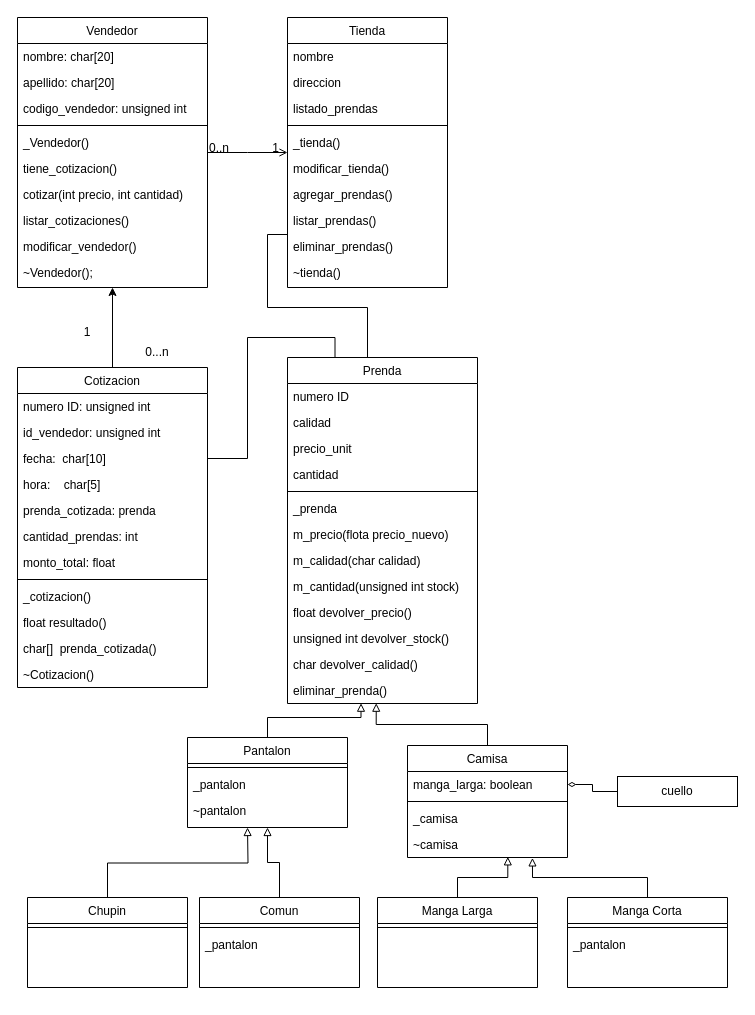
The draw.io diagram Diagrama_Clases.drawio in Santira243/PracticaQuark, before the edit. Source tidied: cells renumbered, new cells numbered last; positions are measured from the earlier drawing's top-left corner, leaving out a move shared by most shapes. Both pictures are drawn from the tidied source at 100%, with x=0, y=0 at pixel (17, 17).
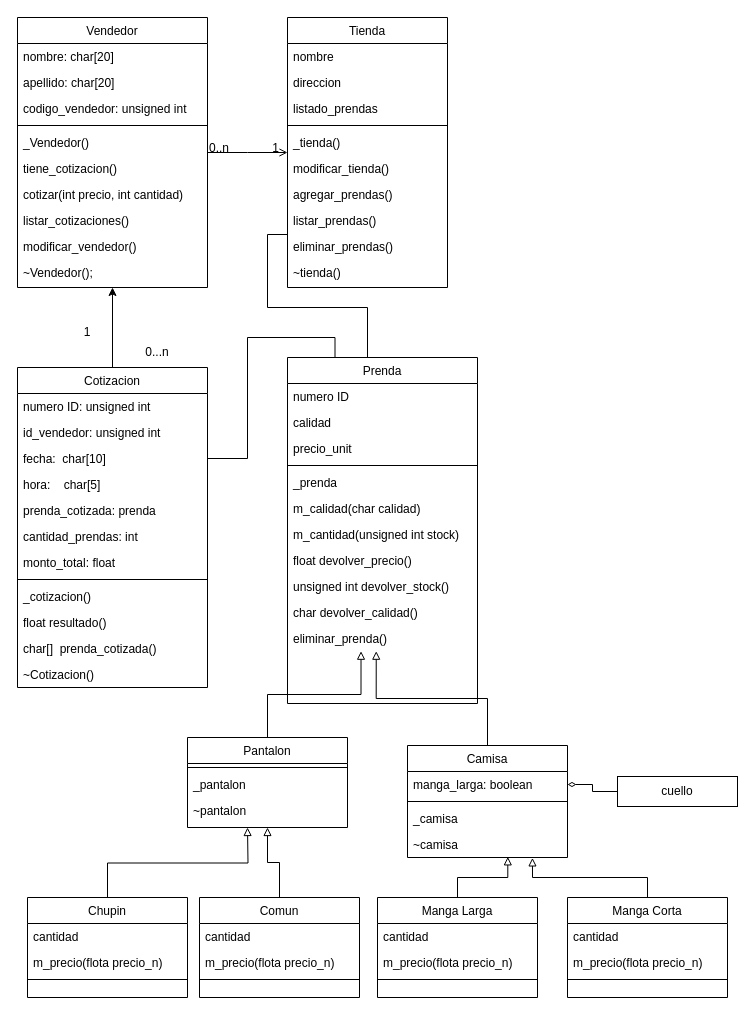
The same page after the edit.

The change refers to these unchanged cells:
```xml
<mxCell id="42" value="Prenda" style="swimlane;fontStyle=0;align=center;verticalAlign=top;horizontal=1;startSize=26;rounded=0;shadow=0;strokeWidth=1;" parent="1" vertex="1">
  <mxGeometry x="270" y="340" width="190" height="346" as="geometry" />
</mxCell>
```

Diff of the diagram source:
```diff
@@
-    <mxCell id="46" value="cantidad" style="text;align=left;verticalAlign=top;spacingLeft=4;spacingRight=4;overflow=hidden;rounded=0;shadow=0;html=0;" parent="42" vertex="1">
-      <mxGeometry y="104" width="190" height="26" as="geometry" />
-    </mxCell>
     <mxCell id="47" style="line;html=1;strokeWidth=1;align=left;verticalAlign=middle;spacingTop=-1;spacingLeft=3;spacingRight=3;labelPosition=right;" parent="42" vertex="1">
-      <mxGeometry y="130" width="190" height="8" as="geometry" />
+      <mxGeometry y="104" width="190" height="8" as="geometry" />
     </mxCell>
     <mxCell id="48" value="_prenda" style="text;align=left;verticalAlign=top;spacingLeft=4;spacingRight=4;overflow=hidden;rounded=0;shadow=0;html=0;" parent="42" vertex="1">
-      <mxGeometry y="138" width="190" height="26" as="geometry" />
+      <mxGeometry y="112" width="190" height="26" as="geometry" />
     </mxCell>
-    <mxCell id="49" value="m_precio(flota precio_nuevo)" style="text;align=left;verticalAlign=top;spacingLeft=4;spacingRight=4;overflow=hidden;rounded=0;shadow=0;html=0;" parent="42" vertex="1">
-      <mxGeometry y="164" width="190" height="26" as="geometry" />
-    </mxCell>
     <mxCell id="50" value="m_calidad(char calidad)" style="text;align=left;verticalAlign=top;spacingLeft=4;spacingRight=4;overflow=hidden;rounded=0;shadow=0;html=0;" parent="42" vertex="1">
-      <mxGeometry y="190" width="190" height="26" as="geometry" />
+      <mxGeometry y="138" width="190" height="26" as="geometry" />
     </mxCell>
     <mxCell id="51" value="m_cantidad(unsigned int stock)" style="text;align=left;verticalAlign=top;spacingLeft=4;spacingRight=4;overflow=hidden;rounded=0;shadow=0;html=0;" parent="42" vertex="1">
-      <mxGeometry y="216" width="190" height="26" as="geometry" />
+      <mxGeometry y="164" width="190" height="26" as="geometry" />
     </mxCell>
     <mxCell id="52" value="float devolver_precio()" style="text;align=left;verticalAlign=top;spacingLeft=4;spacingRight=4;overflow=hidden;rounded=0;shadow=0;html=0;" parent="42" vertex="1">
-      <mxGeometry y="242" width="190" height="26" as="geometry" />
+      <mxGeometry y="190" width="190" height="26" as="geometry" />
     </mxCell>
     <mxCell id="53" value="unsigned int devolver_stock()" style="text;align=left;verticalAlign=top;spacingLeft=4;spacingRight=4;overflow=hidden;rounded=0;shadow=0;html=0;" parent="42" vertex="1">
-      <mxGeometry y="268" width="190" height="26" as="geometry" />
+      <mxGeometry y="216" width="190" height="26" as="geometry" />
     </mxCell>
     <mxCell id="54" value="char devolver_calidad()" style="text;align=left;verticalAlign=top;spacingLeft=4;spacingRight=4;overflow=hidden;rounded=0;shadow=0;html=0;" parent="42" vertex="1">
-      <mxGeometry y="294" width="190" height="26" as="geometry" />
+      <mxGeometry y="242" width="190" height="26" as="geometry" />
     </mxCell>
     <mxCell id="55" value="eliminar_prenda()&#10;" style="text;align=left;verticalAlign=top;spacingLeft=4;spacingRight=4;overflow=hidden;points=[[0,0.5],[1,0.5]];portConstraint=eastwest;rounded=0;shadow=0;html=0;" parent="42" vertex="1">
-      <mxGeometry y="320" width="190" height="26" as="geometry" />
+      <mxGeometry y="268" width="190" height="26" as="geometry" />
     </mxCell>
@@
     <mxCell id="73" value="Chupin" style="swimlane;fontStyle=0;align=center;verticalAlign=top;horizontal=1;startSize=26;rounded=0;shadow=0;strokeWidth=1;" parent="1" vertex="1">
-      <mxGeometry x="10" y="880" width="160" height="90" as="geometry" />
+      <mxGeometry x="10" y="880" width="160" height="100" as="geometry" />
     </mxCell>
+    <mxCell id="86" value="cantidad" style="text;align=left;verticalAlign=top;spacingLeft=4;spacingRight=4;overflow=hidden;rounded=0;shadow=0;html=0;" parent="73" vertex="1">
+      <mxGeometry y="26" width="160" height="26" as="geometry" />
+    </mxCell>
+    <mxCell id="87" value="m_precio(flota precio_n)" style="text;align=left;verticalAlign=top;spacingLeft=4;spacingRight=4;overflow=hidden;rounded=0;shadow=0;html=0;" parent="73" vertex="1">
+      <mxGeometry y="52" width="160" height="26" as="geometry" />
+    </mxCell>
     <mxCell id="74" style="line;html=1;strokeWidth=1;align=left;verticalAlign=middle;spacingTop=-1;spacingLeft=3;spacingRight=3;labelPosition=right;" parent="73" vertex="1">
-      <mxGeometry y="26" width="160" height="8" as="geometry" />
+      <mxGeometry y="78" width="160" height="8" as="geometry" />
     </mxCell>
@@
     <mxCell id="76" value="Comun" style="swimlane;fontStyle=0;align=center;verticalAlign=top;horizontal=1;startSize=26;rounded=0;shadow=0;strokeWidth=1;" parent="1" vertex="1">
-      <mxGeometry x="182" y="880" width="160" height="90" as="geometry" />
+      <mxGeometry x="182" y="880" width="160" height="100" as="geometry" />
     </mxCell>
+    <mxCell id="88" value="cantidad" style="text;align=left;verticalAlign=top;spacingLeft=4;spacingRight=4;overflow=hidden;rounded=0;shadow=0;html=0;" parent="76" vertex="1">
+      <mxGeometry y="26" width="160" height="26" as="geometry" />
+    </mxCell>
+    <mxCell id="89" value="m_precio(flota precio_n)" style="text;align=left;verticalAlign=top;spacingLeft=4;spacingRight=4;overflow=hidden;rounded=0;shadow=0;html=0;" parent="76" vertex="1">
+      <mxGeometry y="52" width="160" height="26" as="geometry" />
+    </mxCell>
     <mxCell id="77" style="line;html=1;strokeWidth=1;align=left;verticalAlign=middle;spacingTop=-1;spacingLeft=3;spacingRight=3;labelPosition=right;" parent="76" vertex="1">
-      <mxGeometry y="26" width="160" height="8" as="geometry" />
+      <mxGeometry y="78" width="160" height="8" as="geometry" />
     </mxCell>
-    <mxCell id="78" value="_pantalon" style="text;align=left;verticalAlign=top;spacingLeft=4;spacingRight=4;overflow=hidden;rounded=0;shadow=0;html=0;" parent="76" vertex="1">
-      <mxGeometry y="34" width="160" height="26" as="geometry" />
-    </mxCell>
@@
     <mxCell id="80" value="Manga Larga" style="swimlane;fontStyle=0;align=center;verticalAlign=top;horizontal=1;startSize=26;rounded=0;shadow=0;strokeWidth=1;" parent="1" vertex="1">
-      <mxGeometry x="360" y="880" width="160" height="90" as="geometry" />
+      <mxGeometry x="360" y="880" width="160" height="100" as="geometry" />
     </mxCell>
+    <mxCell id="90" value="cantidad" style="text;align=left;verticalAlign=top;spacingLeft=4;spacingRight=4;overflow=hidden;rounded=0;shadow=0;html=0;" parent="80" vertex="1">
+      <mxGeometry y="26" width="160" height="26" as="geometry" />
+    </mxCell>
+    <mxCell id="91" value="m_precio(flota precio_n)" style="text;align=left;verticalAlign=top;spacingLeft=4;spacingRight=4;overflow=hidden;rounded=0;shadow=0;html=0;" parent="80" vertex="1">
+      <mxGeometry y="52" width="160" height="26" as="geometry" />
+    </mxCell>
     <mxCell id="81" style="line;html=1;strokeWidth=1;align=left;verticalAlign=middle;spacingTop=-1;spacingLeft=3;spacingRight=3;labelPosition=right;" parent="80" vertex="1">
-      <mxGeometry y="26" width="160" height="8" as="geometry" />
+      <mxGeometry y="78" width="160" height="8" as="geometry" />
     </mxCell>
@@
     <mxCell id="83" value="Manga Corta" style="swimlane;fontStyle=0;align=center;verticalAlign=top;horizontal=1;startSize=26;rounded=0;shadow=0;strokeWidth=1;" parent="1" vertex="1">
-      <mxGeometry x="550" y="880" width="160" height="90" as="geometry" />
+      <mxGeometry x="550" y="880" width="160" height="100" as="geometry" />
     </mxCell>
+    <mxCell id="92" value="cantidad" style="text;align=left;verticalAlign=top;spacingLeft=4;spacingRight=4;overflow=hidden;rounded=0;shadow=0;html=0;" parent="83" vertex="1">
+      <mxGeometry y="26" width="160" height="26" as="geometry" />
+    </mxCell>
+    <mxCell id="93" value="m_precio(flota precio_n)" style="text;align=left;verticalAlign=top;spacingLeft=4;spacingRight=4;overflow=hidden;rounded=0;shadow=0;html=0;" parent="83" vertex="1">
+      <mxGeometry y="52" width="160" height="26" as="geometry" />
+    </mxCell>
     <mxCell id="84" style="line;html=1;strokeWidth=1;align=left;verticalAlign=middle;spacingTop=-1;spacingLeft=3;spacingRight=3;labelPosition=right;" parent="83" vertex="1">
-      <mxGeometry y="26" width="160" height="8" as="geometry" />
+      <mxGeometry y="78" width="160" height="8" as="geometry" />
     </mxCell>
-    <mxCell id="85" value="_pantalon" style="text;align=left;verticalAlign=top;spacingLeft=4;spacingRight=4;overflow=hidden;rounded=0;shadow=0;html=0;" parent="83" vertex="1">
-      <mxGeometry y="34" width="160" height="26" as="geometry" />
-    </mxCell>
```
